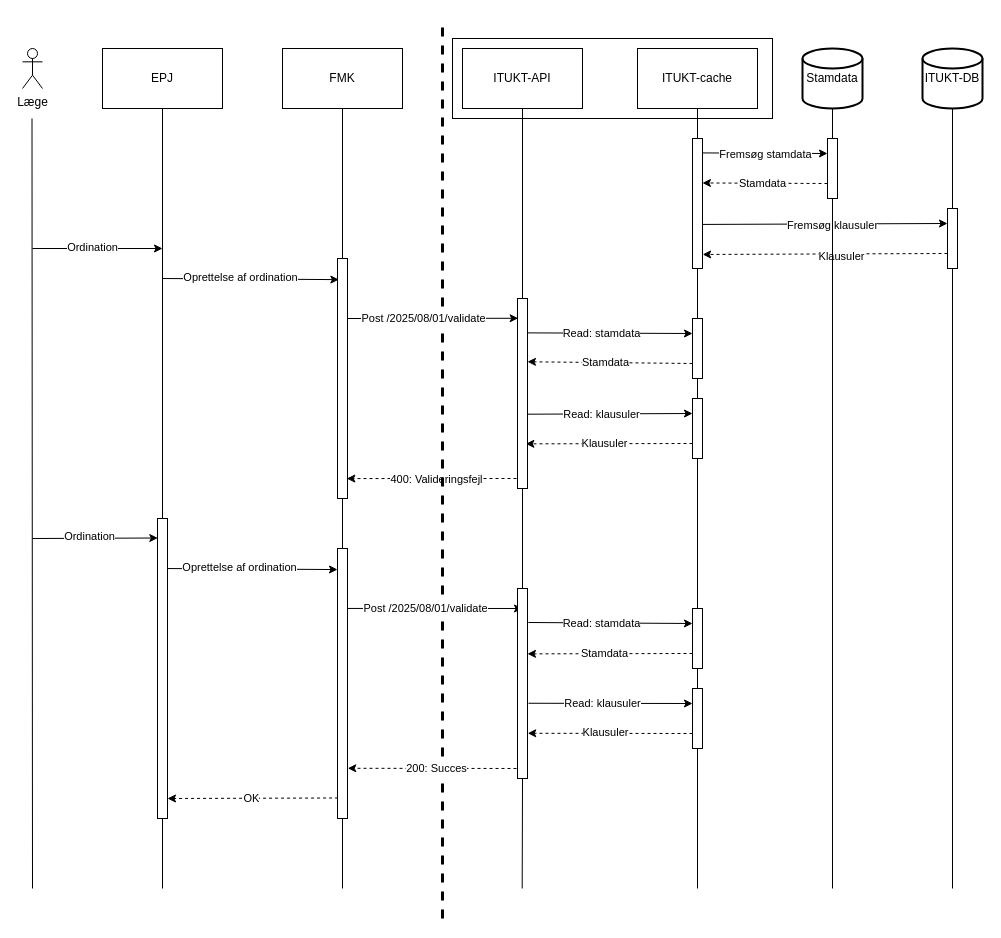
KvalitetsIT/klausuleret-tilskud-valideringskomponent keeps this draw.io diagram as documentation/diagrams/sequence_diagram_validation.drawio. Above is the earlier version. Source tidied: cells renumbered, new cells numbered last; positions are measured from the earlier drawing's top-left corner, leaving out a move shared by most shapes. Both pictures are drawn from the tidied source at 100%, with x=0, y=0 at pixel (22, 18).
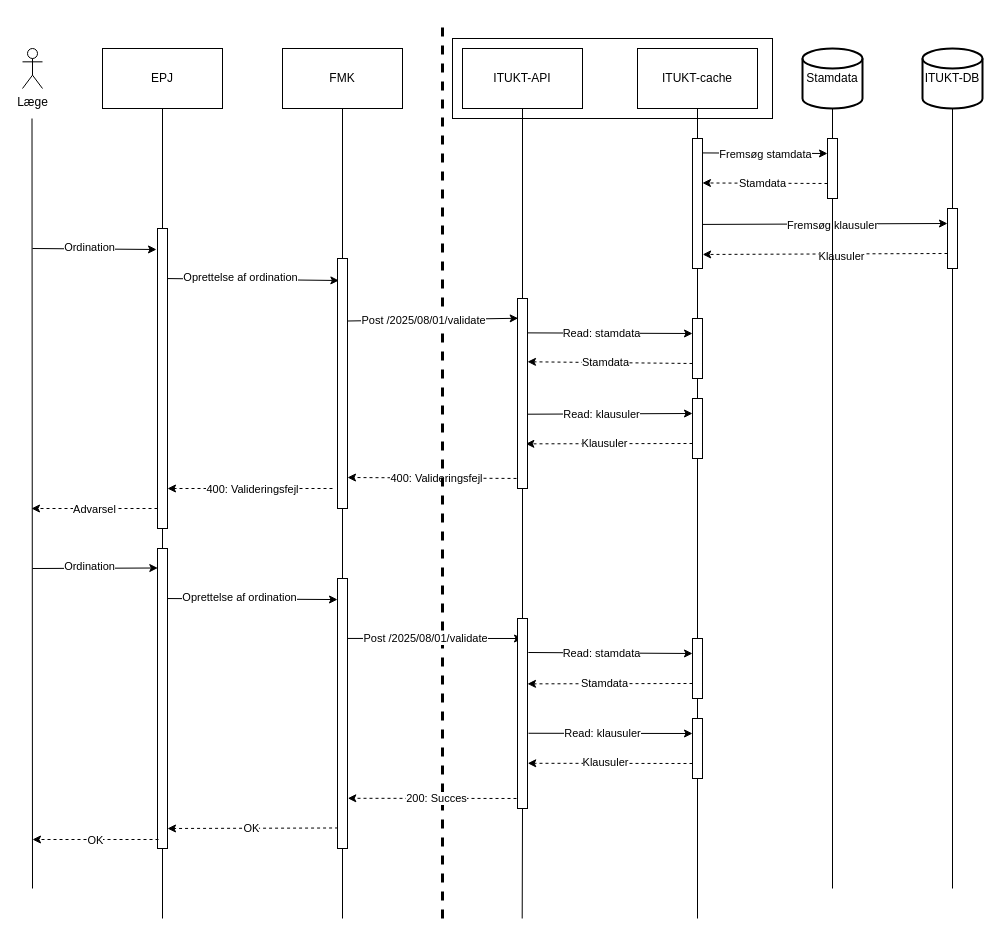
After the change.

The change refers to these unchanged cells:
```xml
<mxCell id="25" value="EPJ" style="rounded=0;whiteSpace=wrap;html=1;" parent="1" vertex="1">
  <mxGeometry x="80" y="30" width="120" height="60" as="geometry" />
</mxCell>
```

The edit, as a diff of the source:
```diff
@@
-    <mxCell id="20" style="endArrow=classic;html=1;rounded=0;dashed=1;entryX=0.933;entryY=0.917;entryDx=0;entryDy=0;entryPerimeter=0;" parent="1" edge="1" target="69">
+    <mxCell id="20" style="endArrow=classic;html=1;rounded=0;dashed=1;entryX=1;entryY=0.876;entryDx=0;entryDy=0;entryPerimeter=0;" parent="1" edge="1" target="69">
       <mxGeometry relative="1" as="geometry">
         <mxPoint x="500" y="460" as="sourcePoint" />
       </mxGeometry>
     </mxCell>
@@
-    <mxCell id="26" style="endArrow=none;html=1;rounded=0;entryX=0.5;entryY=1;entryDx=0;entryDy=0;" parent="1" edge="1" source="75" target="25">
+    <mxCell id="26" style="endArrow=none;html=1;rounded=0;entryX=0.5;entryY=1;entryDx=0;entryDy=0;" parent="1" edge="1" source="89" target="25">
       <mxGeometry relative="1" as="geometry" />
     </mxCell>
-    <mxCell id="27" style="endArrow=classic;html=1;rounded=0;" parent="1" edge="1">
+    <mxCell id="27" style="endArrow=classic;html=1;rounded=0;entryX=-0.1;entryY=0.07;entryDx=0;entryDy=0;entryPerimeter=0;" parent="1" edge="1" target="89">
       <mxGeometry relative="1" as="geometry">
         <mxPoint x="10" y="230" as="sourcePoint" />
-        <mxPoint x="140" y="230" as="targetPoint" />
       </mxGeometry>
     </mxCell>
@@
     <mxCell id="29" style="endArrow=classic;html=1;rounded=0;dashed=1;exitX=0.057;exitY=0.924;exitDx=0;exitDy=0;exitPerimeter=0;" parent="1" edge="1" source="73">
       <mxGeometry relative="1" as="geometry">
-        <mxPoint x="145" y="780" as="targetPoint" />
+        <mxPoint x="145" y="810" as="targetPoint" />
       </mxGeometry>
     </mxCell>
@@
     <mxCell id="42" style="endArrow=classic;html=1;rounded=0;exitX=0.914;exitY=0.222;exitDx=0;exitDy=0;exitPerimeter=0;" parent="1" edge="1" source="73">
       <mxGeometry relative="1" as="geometry">
-        <mxPoint x="500" y="590" as="targetPoint" />
+        <mxPoint x="500" y="620" as="targetPoint" />
       </mxGeometry>
     </mxCell>
@@
     <mxCell id="44" style="endArrow=classic;html=1;rounded=0;entryX=0;entryY=0.078;entryDx=0;entryDy=0;entryPerimeter=0;" parent="1" edge="1" target="73">
       <mxGeometry relative="1" as="geometry">
-        <mxPoint x="140" y="550" as="sourcePoint" />
+        <mxPoint x="140" y="580" as="sourcePoint" />
       </mxGeometry>
     </mxCell>
@@
     <mxCell id="46" style="endArrow=classic;html=1;rounded=0;entryX=0.031;entryY=0.065;entryDx=0;entryDy=0;entryPerimeter=0;" parent="1" edge="1" target="75">
       <mxGeometry relative="1" as="geometry">
-        <mxPoint x="10" y="520" as="sourcePoint" />
+        <mxPoint x="10" y="550" as="sourcePoint" />
       </mxGeometry>
     </mxCell>
@@
     <mxCell id="56" style="endArrow=classic;html=1;rounded=0;dashed=1;entryX=1.029;entryY=0.814;entryDx=0;entryDy=0;entryPerimeter=0;" parent="1" edge="1" target="73">
       <mxGeometry relative="1" as="geometry">
-        <mxPoint x="500" y="750" as="sourcePoint" />
+        <mxPoint x="500" y="780" as="sourcePoint" />
       </mxGeometry>
     </mxCell>
@@
     <mxCell id="65" style="rounded=0;whiteSpace=wrap;html=1;" parent="1" vertex="1">
-      <mxGeometry x="670" y="590" width="10" height="60" as="geometry" />
+      <mxGeometry x="670" y="620" width="10" height="60" as="geometry" />
     </mxCell>
     <mxCell id="66" style="endArrow=none;html=1;rounded=0;entryX=0.5;entryY=1;entryDx=0;entryDy=0;" parent="1" edge="1" target="67">
       <mxGeometry relative="1" as="geometry">
-        <mxPoint x="675" y="870" as="sourcePoint" />
+        <mxPoint x="675" y="900" as="sourcePoint" />
       </mxGeometry>
     </mxCell>
     <mxCell id="67" style="rounded=0;whiteSpace=wrap;html=1;" parent="1" vertex="1">
-      <mxGeometry x="670" y="670" width="10" height="60" as="geometry" />
+      <mxGeometry x="670" y="700" width="10" height="60" as="geometry" />
     </mxCell>
@@
     <mxCell id="69" style="rounded=0;whiteSpace=wrap;html=1;" parent="1" vertex="1">
-      <mxGeometry x="315" y="240" width="10" height="240" as="geometry" />
+      <mxGeometry x="315" y="240" width="10" height="250" as="geometry" />
     </mxCell>
     <mxCell id="70" style="endArrow=none;html=1;rounded=0;entryX=0.5;entryY=1;entryDx=0;entryDy=0;" parent="1" edge="1" target="71">
       <mxGeometry relative="1" as="geometry">
-        <mxPoint x="499.7" y="870" as="sourcePoint" />
+        <mxPoint x="499.7" y="900" as="sourcePoint" />
       </mxGeometry>
     </mxCell>
     <mxCell id="71" style="rounded=0;whiteSpace=wrap;html=1;" parent="1" vertex="1">
-      <mxGeometry x="495" y="570" width="10" height="190" as="geometry" />
+      <mxGeometry x="495" y="600" width="10" height="190" as="geometry" />
     </mxCell>
     <mxCell id="72" style="endArrow=none;html=1;rounded=0;entryX=0.5;entryY=1;entryDx=0;entryDy=0;" parent="1" edge="1" target="73">
       <mxGeometry relative="1" as="geometry">
-        <mxPoint x="320" y="870" as="sourcePoint" />
+        <mxPoint x="320" y="900" as="sourcePoint" />
       </mxGeometry>
     </mxCell>
     <mxCell id="73" style="rounded=0;whiteSpace=wrap;html=1;" parent="1" vertex="1">
-      <mxGeometry x="315" y="530" width="10" height="270" as="geometry" />
+      <mxGeometry x="315" y="560" width="10" height="270" as="geometry" />
     </mxCell>
     <mxCell id="74" style="endArrow=none;html=1;rounded=0;entryX=0.5;entryY=1;entryDx=0;entryDy=0;" parent="1" edge="1" target="75">
       <mxGeometry relative="1" as="geometry">
-        <mxPoint x="140" y="870" as="sourcePoint" />
+        <mxPoint x="140" y="900" as="sourcePoint" />
       </mxGeometry>
     </mxCell>
     <mxCell id="75" style="rounded=0;whiteSpace=wrap;html=1;" parent="1" vertex="1">
-      <mxGeometry x="135" y="500" width="10" height="300" as="geometry" />
+      <mxGeometry x="135" y="530" width="10" height="300" as="geometry" />
     </mxCell>
@@
+    <mxCell id="84" style="endArrow=classic;html=1;rounded=0;dashed=1;exitX=0.1;exitY=0.97;exitDx=0;exitDy=0;exitPerimeter=0;" parent="1" edge="1" source="75">
+      <mxGeometry relative="1" as="geometry">
+        <mxPoint x="10" y="821" as="targetPoint" />
+      </mxGeometry>
+    </mxCell>
+    <mxCell id="85" value="OK" style="edgeLabel;html=1;align=center;verticalAlign=middle;" parent="84" vertex="1">
+      <mxGeometry x="0.02" y="-1" relative="1" as="geometry">
+        <mxPoint y="1" as="offset" />
+      </mxGeometry>
+    </mxCell>
+    <mxCell id="86" style="endArrow=classic;html=1;rounded=0;dashed=1;exitX=0.1;exitY=0.97;exitDx=0;exitDy=0;exitPerimeter=0;" parent="1" edge="1">
+      <mxGeometry relative="1" as="geometry">
+        <mxPoint x="135" y="490" as="sourcePoint" />
+        <mxPoint x="9" y="490" as="targetPoint" />
+      </mxGeometry>
+    </mxCell>
+    <mxCell id="87" value="Advarsel" style="edgeLabel;html=1;align=center;verticalAlign=middle;" parent="86" vertex="1">
+      <mxGeometry x="0.02" y="-1" relative="1" as="geometry">
+        <mxPoint y="1" as="offset" />
+      </mxGeometry>
+    </mxCell>
+    <mxCell id="88" style="endArrow=none;html=1;rounded=0;entryX=0.5;entryY=1;entryDx=0;entryDy=0;" parent="1" edge="1" source="75" target="89">
+      <mxGeometry relative="1" as="geometry" />
+    </mxCell>
+    <mxCell id="89" style="rounded=0;whiteSpace=wrap;html=1;" parent="1" vertex="1">
+      <mxGeometry x="135" y="210" width="10" height="300" as="geometry" />
+    </mxCell>
+    <mxCell id="90" style="endArrow=classic;html=1;rounded=0;dashed=1;entryX=0.933;entryY=0.917;entryDx=0;entryDy=0;entryPerimeter=0;" parent="1" edge="1">
+      <mxGeometry relative="1" as="geometry">
+        <mxPoint x="310" y="470" as="sourcePoint" />
+        <mxPoint x="145" y="470" as="targetPoint" />
+      </mxGeometry>
+    </mxCell>
+    <mxCell id="91" value="400: Valideringsfejl" style="edgeLabel;html=1;align=center;verticalAlign=middle;" parent="90" vertex="1">
+      <mxGeometry x="0.13" relative="1" as="geometry">
+        <mxPoint x="12" as="offset" />
+      </mxGeometry>
+    </mxCell>
```
